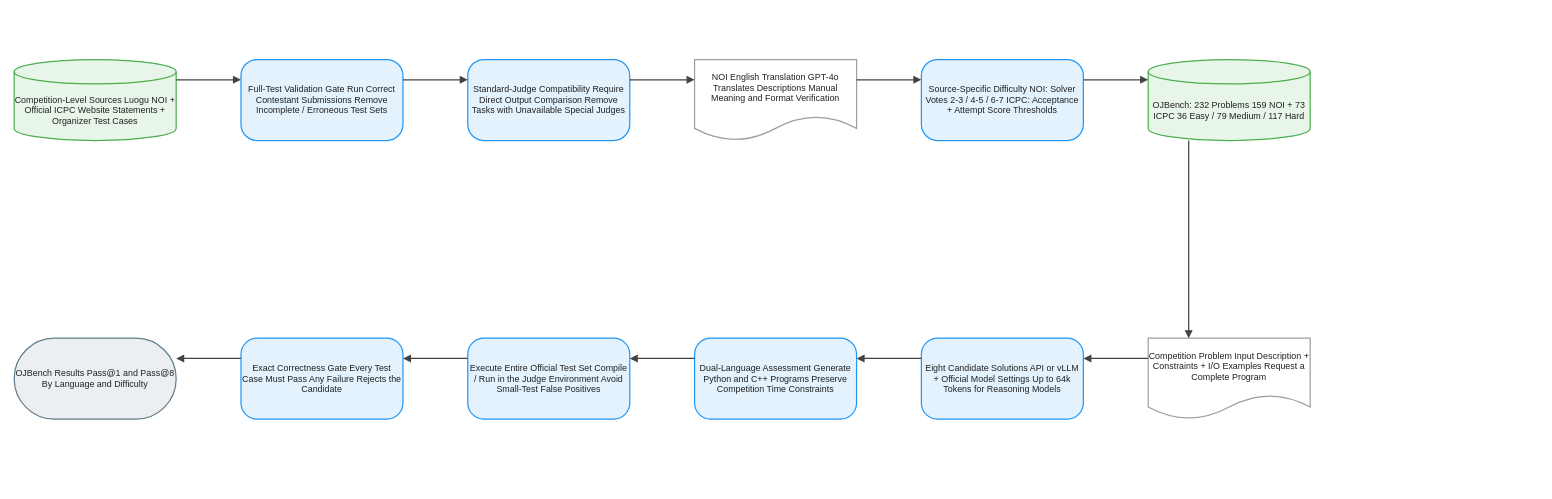
Above: client/public/drawio/OJBench/OJBench.en.drawio in joe1chief/benchmark-hub (draw.io), before the change. Source tidied: cells renumbered, new cells numbered last; positions are measured from the earlier drawing's top-left corner, leaving out a move shared by most shapes. Both pictures are drawn from the tidied source at 81%, with x=0, y=0 at pixel (14, 59).
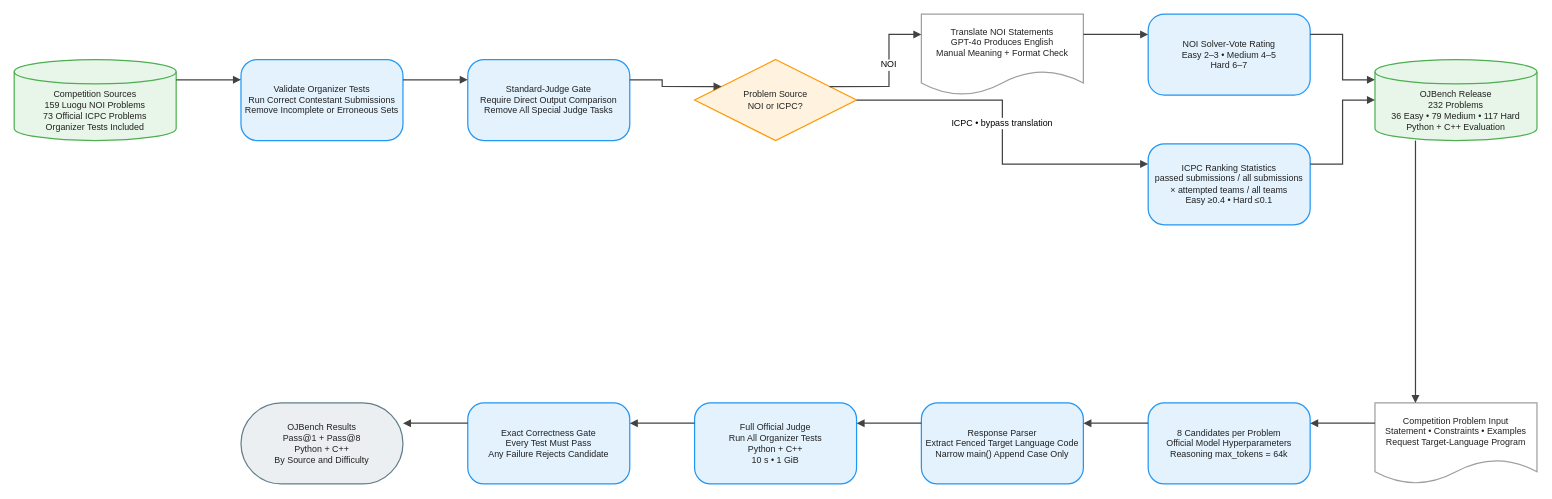
Above is the later version.

Change to the diagram source:
```diff
@@
-    <mxCell id="2" value="Competition-Level Sources Luogu NOI + Official ICPC Website Statements + Organizer Test Cases" style="shape=cylinder3;boundedLbl=1;backgroundOutline=1;size=15;html=1;whiteSpace=wrap;fillColor=#E8F5E9;strokeColor=#4CAF50;strokeWidth=1.5;fontColor=#212121;fontSize=11;fontFamily=Arial, Helvetica, sans-serif;verticalAlign=middle;align=center;" parent="1" vertex="1">
+    <mxCell id="2" value="Competition Sources&#10;159 Luogu NOI Problems&#10;73 Official ICPC Problems&#10;Organizer Tests Included" style="shape=cylinder3;boundedLbl=1;backgroundOutline=1;size=15;html=0;convertToSvg=1;whiteSpace=wrap;fillColor=#E8F5E9;strokeColor=#4CAF50;strokeWidth=1.5;fontColor=#212121;fontSize=11;fontFamily=Arial, Helvetica, sans-serif;verticalAlign=middle;align=center;" parent="1" vertex="1">
       <mxGeometry width="200" height="100" as="geometry" />
     </mxCell>
-    <mxCell id="3" value="Full-Test Validation Gate Run Correct Contestant Submissions Remove Incomplete / Erroneous Test Sets" style="rounded=1;arcSize=20;html=1;whiteSpace=wrap;fillColor=#E3F2FD;strokeColor=#2196F3;strokeWidth=1.5;fontColor=#212121;fontSize=11;fontFamily=Arial, Helvetica, sans-serif;verticalAlign=middle;align=center;" parent="1" vertex="1">
+    <mxCell id="3" value="Validate Organizer Tests&#10;Run Correct Contestant Submissions&#10;Remove Incomplete or Erroneous Sets" style="rounded=1;arcSize=20;html=0;convertToSvg=1;whiteSpace=wrap;fillColor=#E3F2FD;strokeColor=#2196F3;strokeWidth=1.5;fontColor=#212121;fontSize=11;fontFamily=Arial, Helvetica, sans-serif;verticalAlign=middle;align=center;" parent="1" vertex="1">
       <mxGeometry x="280" width="200" height="100" as="geometry" />
     </mxCell>
-    <mxCell id="4" value="Standard-Judge Compatibility Require Direct Output Comparison Remove Tasks with Unavailable Special Judges" style="rounded=1;arcSize=20;html=1;whiteSpace=wrap;fillColor=#E3F2FD;strokeColor=#2196F3;strokeWidth=1.5;fontColor=#212121;fontSize=11;fontFamily=Arial, Helvetica, sans-serif;verticalAlign=middle;align=center;" parent="1" vertex="1">
+    <mxCell id="4" value="Standard-Judge Gate&#10;Require Direct Output Comparison&#10;Remove All Special Judge Tasks" style="rounded=1;arcSize=20;html=0;convertToSvg=1;whiteSpace=wrap;fillColor=#E3F2FD;strokeColor=#2196F3;strokeWidth=1.5;fontColor=#212121;fontSize=11;fontFamily=Arial, Helvetica, sans-serif;verticalAlign=middle;align=center;" parent="1" vertex="1">
       <mxGeometry x="560" width="200" height="100" as="geometry" />
     </mxCell>
-    <mxCell id="5" value="NOI English Translation GPT-4o Translates Descriptions Manual Meaning and Format Verification" style="shape=document;boundedLbl=1;html=1;whiteSpace=wrap;fillColor=#FFFFFF;strokeColor=#9E9E9E;strokeWidth=1.5;fontColor=#212121;fontSize=11;fontFamily=Arial, Helvetica, sans-serif;verticalAlign=middle;align=center;" parent="1" vertex="1">
-      <mxGeometry x="840" width="200" height="100" as="geometry" />
+    <mxCell id="5" value="Translate NOI Statements&#10;GPT-4o Produces English&#10;Manual Meaning + Format Check" style="shape=document;boundedLbl=1;html=0;convertToSvg=1;whiteSpace=wrap;fillColor=#FFFFFF;strokeColor=#9E9E9E;strokeWidth=1.5;fontColor=#212121;fontSize=11;fontFamily=Arial, Helvetica, sans-serif;verticalAlign=middle;align=center;" parent="1" vertex="1">
+      <mxGeometry x="1120" y="-56" width="200" height="100" as="geometry" />
     </mxCell>
-    <mxCell id="6" value="Source-Specific Difficulty NOI: Solver Votes 2-3 / 4-5 / 6-7 ICPC: Acceptance + Attempt Score Thresholds" style="rounded=1;arcSize=20;html=1;whiteSpace=wrap;fillColor=#E3F2FD;strokeColor=#2196F3;strokeWidth=1.5;fontColor=#212121;fontSize=11;fontFamily=Arial, Helvetica, sans-serif;verticalAlign=middle;align=center;" parent="1" vertex="1">
-      <mxGeometry x="1120" width="200" height="100" as="geometry" />
+    <mxCell id="6" value="Problem Source&#10;NOI or ICPC?" style="rhombus;html=0;convertToSvg=1;whiteSpace=wrap;fillColor=#FFF3E0;strokeColor=#FF9800;strokeWidth=1.5;fontColor=#212121;fontSize=11;fontFamily=Arial, Helvetica, sans-serif;verticalAlign=middle;align=center;" parent="1" vertex="1">
+      <mxGeometry x="840" width="200" height="100" as="geometry" />
     </mxCell>
-    <mxCell id="7" value="OJBench: 232 Problems 159 NOI + 73 ICPC 36 Easy / 79 Medium / 117 Hard" style="shape=cylinder3;boundedLbl=1;backgroundOutline=1;size=15;html=1;whiteSpace=wrap;fillColor=#E8F5E9;strokeColor=#4CAF50;strokeWidth=1.5;fontColor=#212121;fontSize=11;fontFamily=Arial, Helvetica, sans-serif;verticalAlign=middle;align=center;" parent="1" vertex="1">
-      <mxGeometry x="1400" width="200" height="100" as="geometry" />
+    <mxCell id="7" value="NOI Solver-Vote Rating&#10;Easy 2–3 • Medium 4–5&#10;Hard 6–7" style="rounded=1;arcSize=20;html=0;convertToSvg=1;whiteSpace=wrap;fillColor=#E3F2FD;strokeColor=#2196F3;strokeWidth=1.5;fontColor=#212121;fontSize=11;fontFamily=Arial, Helvetica, sans-serif;verticalAlign=middle;align=center;" parent="1" vertex="1">
+      <mxGeometry x="1400" y="-56" width="200" height="100" as="geometry" />
     </mxCell>
-    <mxCell id="8" value="Competition Problem Input Description + Constraints + I/O Examples Request a Complete Program" style="shape=document;boundedLbl=1;html=1;whiteSpace=wrap;fillColor=#FFFFFF;strokeColor=#9E9E9E;strokeWidth=1.5;fontColor=#212121;fontSize=11;fontFamily=Arial, Helvetica, sans-serif;verticalAlign=middle;align=center;" parent="1" vertex="1">
-      <mxGeometry x="1400" y="344" width="200" height="100" as="geometry" />
+    <mxCell id="8" value="ICPC Ranking Statistics&#10;passed submissions / all submissions&#10;× attempted teams / all teams&#10;Easy ≥0.4 • Hard ≤0.1" style="rounded=1;arcSize=20;html=0;convertToSvg=1;whiteSpace=wrap;fillColor=#E3F2FD;strokeColor=#2196F3;strokeWidth=1.5;fontColor=#212121;fontSize=11;fontFamily=Arial, Helvetica, sans-serif;verticalAlign=middle;align=center;" parent="1" vertex="1">
+      <mxGeometry x="1400" y="104" width="200" height="100" as="geometry" />
     </mxCell>
-    <mxCell id="9" value="Eight Candidate Solutions API or vLLM + Official Model Settings Up to 64k Tokens for Reasoning Models" style="rounded=1;arcSize=20;html=1;whiteSpace=wrap;fillColor=#E3F2FD;strokeColor=#2196F3;strokeWidth=1.5;fontColor=#212121;fontSize=11;fontFamily=Arial, Helvetica, sans-serif;verticalAlign=middle;align=center;" parent="1" vertex="1">
-      <mxGeometry x="1120" y="344" width="200" height="100" as="geometry" />
+    <mxCell id="9" value="OJBench Release&#10;232 Problems&#10;36 Easy • 79 Medium • 117 Hard&#10;Python + C++ Evaluation" style="shape=cylinder3;boundedLbl=1;backgroundOutline=1;size=15;html=0;convertToSvg=1;whiteSpace=wrap;fillColor=#E8F5E9;strokeColor=#4CAF50;strokeWidth=1.5;fontColor=#212121;fontSize=11;fontFamily=Arial, Helvetica, sans-serif;verticalAlign=middle;align=center;" parent="1" vertex="1">
+      <mxGeometry x="1680" width="200" height="100" as="geometry" />
     </mxCell>
-    <mxCell id="10" value="Dual-Language Assessment Generate Python and C++ Programs Preserve Competition Time Constraints" style="rounded=1;arcSize=20;html=1;whiteSpace=wrap;fillColor=#E3F2FD;strokeColor=#2196F3;strokeWidth=1.5;fontColor=#212121;fontSize=11;fontFamily=Arial, Helvetica, sans-serif;verticalAlign=middle;align=center;" parent="1" vertex="1">
-      <mxGeometry x="840" y="344" width="200" height="100" as="geometry" />
+    <mxCell id="10" value="Competition Problem Input&#10;Statement • Constraints • Examples&#10;Request Target-Language Program" style="shape=document;boundedLbl=1;html=0;convertToSvg=1;whiteSpace=wrap;fillColor=#FFFFFF;strokeColor=#9E9E9E;strokeWidth=1.5;fontColor=#212121;fontSize=11;fontFamily=Arial, Helvetica, sans-serif;verticalAlign=middle;align=center;" parent="1" vertex="1">
+      <mxGeometry x="1680" y="424" width="200" height="100" as="geometry" />
     </mxCell>
-    <mxCell id="11" value="Execute Entire Official Test Set Compile / Run in the Judge Environment Avoid Small-Test False Positives" style="rounded=1;arcSize=20;html=1;whiteSpace=wrap;fillColor=#E3F2FD;strokeColor=#2196F3;strokeWidth=1.5;fontColor=#212121;fontSize=11;fontFamily=Arial, Helvetica, sans-serif;verticalAlign=middle;align=center;" parent="1" vertex="1">
-      <mxGeometry x="560" y="344" width="200" height="100" as="geometry" />
+    <mxCell id="11" value="8 Candidates per Problem&#10;Official Model Hyperparameters&#10;Reasoning max_tokens = 64k" style="rounded=1;arcSize=20;html=0;convertToSvg=1;whiteSpace=wrap;fillColor=#E3F2FD;strokeColor=#2196F3;strokeWidth=1.5;fontColor=#212121;fontSize=11;fontFamily=Arial, Helvetica, sans-serif;verticalAlign=middle;align=center;" parent="1" vertex="1">
+      <mxGeometry x="1400" y="424" width="200" height="100" as="geometry" />
     </mxCell>
-    <mxCell id="12" value="Exact Correctness Gate Every Test Case Must Pass Any Failure Rejects the Candidate" style="rounded=1;arcSize=20;html=1;whiteSpace=wrap;fillColor=#E3F2FD;strokeColor=#2196F3;strokeWidth=1.5;fontColor=#212121;fontSize=11;fontFamily=Arial, Helvetica, sans-serif;verticalAlign=middle;align=center;" parent="1" vertex="1">
-      <mxGeometry x="280" y="344" width="200" height="100" as="geometry" />
+    <mxCell id="12" value="Response Parser&#10;Extract Fenced Target Language Code&#10;Narrow main() Append Case Only" style="rounded=1;arcSize=20;html=0;convertToSvg=1;whiteSpace=wrap;fillColor=#E3F2FD;strokeColor=#2196F3;strokeWidth=1.5;fontColor=#212121;fontSize=11;fontFamily=Arial, Helvetica, sans-serif;verticalAlign=middle;align=center;" parent="1" vertex="1">
+      <mxGeometry x="1120" y="424" width="200" height="100" as="geometry" />
     </mxCell>
-    <mxCell id="13" value="OJBench Results Pass@1 and Pass@8 By Language and Difficulty" style="rounded=1;arcSize=50;html=1;whiteSpace=wrap;fillColor=#ECEFF1;strokeColor=#607D8B;strokeWidth=1.5;fontColor=#212121;fontSize=11;fontFamily=Arial, Helvetica, sans-serif;verticalAlign=middle;align=center;" parent="1" vertex="1">
-      <mxGeometry y="344" width="200" height="100" as="geometry" />
+    <mxCell id="13" value="Full Official Judge&#10;Run All Organizer Tests&#10;Python + C++&#10;10 s • 1 GiB" style="rounded=1;arcSize=20;html=0;convertToSvg=1;whiteSpace=wrap;fillColor=#E3F2FD;strokeColor=#2196F3;strokeWidth=1.5;fontColor=#212121;fontSize=11;fontFamily=Arial, Helvetica, sans-serif;verticalAlign=middle;align=center;" parent="1" vertex="1">
+      <mxGeometry x="840" y="424" width="200" height="100" as="geometry" />
     </mxCell>
-    <mxCell id="14" style="edgeStyle=orthogonalEdgeStyle;rounded=0;jettySize=auto;html=1;strokeColor=#424242;strokeWidth=1.5;endArrow=block;endFill=1;exitX=1;exitY=0.25;exitDx=0;exitDy=0;entryX=0;entryY=0.25;entryDx=0;entryDy=0;jumpStyle=arc;jumpSize=8;" parent="1" edge="1" source="2" target="3">
-      <mxGeometry relative="1" as="geometry" />
+    <mxCell id="14" value="Exact Correctness Gate&#10;Every Test Must Pass&#10;Any Failure Rejects Candidate" style="rounded=1;arcSize=20;html=0;convertToSvg=1;whiteSpace=wrap;fillColor=#E3F2FD;strokeColor=#2196F3;strokeWidth=1.5;fontColor=#212121;fontSize=11;fontFamily=Arial, Helvetica, sans-serif;verticalAlign=middle;align=center;" parent="1" vertex="1">
+      <mxGeometry x="560" y="424" width="200" height="100" as="geometry" />
     </mxCell>
-    <mxCell id="15" style="edgeStyle=orthogonalEdgeStyle;rounded=0;jettySize=auto;html=1;strokeColor=#424242;strokeWidth=1.5;endArrow=block;endFill=1;exitX=1;exitY=0.25;exitDx=0;exitDy=0;entryX=0;entryY=0.25;entryDx=0;entryDy=0;jumpStyle=arc;jumpSize=8;" parent="1" edge="1" source="3" target="4">
-      <mxGeometry relative="1" as="geometry" />
+    <mxCell id="15" value="OJBench Results&#10;Pass@1 + Pass@8&#10;Python + C++&#10;By Source and Difficulty" style="rounded=1;arcSize=50;html=0;convertToSvg=1;whiteSpace=wrap;fillColor=#ECEFF1;strokeColor=#607D8B;strokeWidth=1.5;fontColor=#212121;fontSize=11;fontFamily=Arial, Helvetica, sans-serif;verticalAlign=middle;align=center;" parent="1" vertex="1">
+      <mxGeometry x="280" y="424" width="200" height="100" as="geometry" />
     </mxCell>
-    <mxCell id="16" style="edgeStyle=orthogonalEdgeStyle;rounded=0;jettySize=auto;html=1;strokeColor=#424242;strokeWidth=1.5;endArrow=block;endFill=1;exitX=1;exitY=0.25;exitDx=0;exitDy=0;entryX=0;entryY=0.25;entryDx=0;entryDy=0;jumpStyle=arc;jumpSize=8;" parent="1" edge="1" source="4" target="5">
+    <mxCell id="16" style="edgeStyle=orthogonalEdgeStyle;rounded=0;jettySize=auto;html=0;convertToSvg=1;strokeColor=#424242;strokeWidth=1.5;endArrow=block;endFill=1;exitX=1;exitY=0.25;exitDx=0;exitDy=0;entryX=0;entryY=0.25;entryDx=0;entryDy=0;jumpStyle=arc;jumpSize=8;" parent="1" edge="1" source="2" target="3">
       <mxGeometry relative="1" as="geometry" />
     </mxCell>
-    <mxCell id="17" style="edgeStyle=orthogonalEdgeStyle;rounded=0;jettySize=auto;html=1;strokeColor=#424242;strokeWidth=1.5;endArrow=block;endFill=1;exitX=1;exitY=0.25;exitDx=0;exitDy=0;entryX=0;entryY=0.25;entryDx=0;entryDy=0;jumpStyle=arc;jumpSize=8;" parent="1" edge="1" source="5" target="6">
+    <mxCell id="17" style="edgeStyle=orthogonalEdgeStyle;rounded=0;jettySize=auto;html=0;convertToSvg=1;strokeColor=#424242;strokeWidth=1.5;endArrow=block;endFill=1;exitX=1;exitY=0.25;exitDx=0;exitDy=0;entryX=0;entryY=0.25;entryDx=0;entryDy=0;jumpStyle=arc;jumpSize=8;" parent="1" edge="1" source="3" target="4">
       <mxGeometry relative="1" as="geometry" />
     </mxCell>
-    <mxCell id="18" style="edgeStyle=orthogonalEdgeStyle;rounded=0;jettySize=auto;html=1;strokeColor=#424242;strokeWidth=1.5;endArrow=block;endFill=1;exitX=1;exitY=0.25;exitDx=0;exitDy=0;entryX=0;entryY=0.25;entryDx=0;entryDy=0;jumpStyle=arc;jumpSize=8;" parent="1" edge="1" source="6" target="7">
+    <mxCell id="18" style="edgeStyle=orthogonalEdgeStyle;rounded=0;jettySize=auto;html=0;convertToSvg=1;strokeColor=#424242;strokeWidth=1.5;endArrow=block;endFill=1;exitX=1;exitY=0.25;exitDx=0;exitDy=0;entryX=0;entryY=0.25;entryDx=0;entryDy=0;jumpStyle=arc;jumpSize=8;" parent="1" edge="1" source="4" target="6">
       <mxGeometry relative="1" as="geometry" />
     </mxCell>
-    <mxCell id="19" style="edgeStyle=orthogonalEdgeStyle;rounded=0;jettySize=auto;html=1;strokeColor=#424242;strokeWidth=1.5;endArrow=block;endFill=1;exitX=0.25;exitY=1;exitDx=0;exitDy=0;entryX=0.25;entryY=0;entryDx=0;entryDy=0;jumpStyle=arc;jumpSize=8;" parent="1" edge="1" source="7" target="8">
-      <mxGeometry relative="1" as="geometry" />
+    <mxCell id="19" value="NOI" style="edgeStyle=orthogonalEdgeStyle;rounded=0;jettySize=auto;html=0;convertToSvg=1;strokeColor=#424242;strokeWidth=1.5;endArrow=block;endFill=1;exitX=1;exitY=0.25;exitDx=0;exitDy=0;entryX=0;entryY=0.25;entryDx=0;entryDy=0;jumpStyle=arc;jumpSize=8;" parent="1" edge="1" source="6" target="5">
+      <mxGeometry relative="1" as="geometry">
+        <mxPoint y="-12" as="offset" />
+      </mxGeometry>
     </mxCell>
-    <mxCell id="20" style="edgeStyle=orthogonalEdgeStyle;rounded=0;jettySize=auto;html=1;strokeColor=#424242;strokeWidth=1.5;endArrow=block;endFill=1;exitX=0;exitY=0.25;exitDx=0;exitDy=0;entryX=1;entryY=0.25;entryDx=0;entryDy=0;jumpStyle=arc;jumpSize=8;" parent="1" edge="1" source="8" target="9">
-      <mxGeometry relative="1" as="geometry" />
-    </mxCell>
-    <mxCell id="21" style="edgeStyle=orthogonalEdgeStyle;rounded=0;jettySize=auto;html=1;strokeColor=#424242;strokeWidth=1.5;endArrow=block;endFill=1;exitX=0;exitY=0.25;exitDx=0;exitDy=0;entryX=1;entryY=0.25;entryDx=0;entryDy=0;jumpStyle=arc;jumpSize=8;" parent="1" edge="1" source="9" target="10">
+    <mxCell id="21" style="edgeStyle=orthogonalEdgeStyle;rounded=0;jettySize=auto;html=0;convertToSvg=1;strokeColor=#424242;strokeWidth=1.5;endArrow=block;endFill=1;exitX=1;exitY=0.25;exitDx=0;exitDy=0;entryX=0;entryY=0.25;entryDx=0;entryDy=0;jumpStyle=arc;jumpSize=8;" parent="1" edge="1" source="5" target="7">
       <mxGeometry relative="1" as="geometry" />
     </mxCell>
-    <mxCell id="22" style="edgeStyle=orthogonalEdgeStyle;rounded=0;jettySize=auto;html=1;strokeColor=#424242;strokeWidth=1.5;endArrow=block;endFill=1;exitX=0;exitY=0.25;exitDx=0;exitDy=0;entryX=1;entryY=0.25;entryDx=0;entryDy=0;jumpStyle=arc;jumpSize=8;" parent="1" edge="1" source="10" target="11">
-      <mxGeometry relative="1" as="geometry" />
+    <mxCell id="22" value="ICPC • bypass translation" style="edgeStyle=orthogonalEdgeStyle;rounded=0;jettySize=auto;html=0;convertToSvg=1;strokeColor=#424242;strokeWidth=1.5;endArrow=block;endFill=1;exitX=1;exitY=0.5;exitDx=0;exitDy=0;entryX=0;entryY=0.25;entryDx=0;entryDy=0;jumpStyle=arc;jumpSize=8;" parent="1" edge="1" source="6" target="8">
+      <mxGeometry relative="1" as="geometry">
+        <mxPoint y="-12" as="offset" />
+      </mxGeometry>
     </mxCell>
+    <mxCell id="24" style="edgeStyle=orthogonalEdgeStyle;rounded=0;jettySize=auto;html=0;convertToSvg=1;strokeColor=#424242;strokeWidth=1.5;endArrow=block;endFill=1;exitX=1;exitY=0.25;exitDx=0;exitDy=0;entryX=0;entryY=0.25;entryDx=0;entryDy=0;jumpStyle=arc;jumpSize=8;" parent="1" edge="1" source="7" target="9">
+      <mxGeometry relative="1" as="geometry" />
+    </mxCell>
+    <mxCell id="20" style="edgeStyle=orthogonalEdgeStyle;rounded=0;jettySize=auto;html=0;convertToSvg=1;strokeColor=#424242;strokeWidth=1.5;endArrow=block;endFill=1;exitX=1;exitY=0.25;exitDx=0;exitDy=0;entryX=0;entryY=0.5;entryDx=0;entryDy=0;jumpStyle=arc;jumpSize=8;" parent="1" edge="1" source="8" target="9">
+      <mxGeometry relative="1" as="geometry" />
+    </mxCell>
+    <mxCell id="25" style="edgeStyle=orthogonalEdgeStyle;rounded=0;jettySize=auto;html=0;convertToSvg=1;strokeColor=#424242;strokeWidth=1.5;endArrow=block;endFill=1;exitX=0.25;exitY=1;exitDx=0;exitDy=0;entryX=0.25;entryY=0;entryDx=0;entryDy=0;jumpStyle=arc;jumpSize=8;" parent="1" edge="1" source="9" target="10">
+      <mxGeometry relative="1" as="geometry" />
+    </mxCell>
+    <mxCell id="26" style="edgeStyle=orthogonalEdgeStyle;rounded=0;jettySize=auto;html=0;convertToSvg=1;strokeColor=#424242;strokeWidth=1.5;endArrow=block;endFill=1;exitX=0;exitY=0.25;exitDx=0;exitDy=0;entryX=1;entryY=0.25;entryDx=0;entryDy=0;jumpStyle=arc;jumpSize=8;" parent="1" edge="1" source="10" target="11">
+      <mxGeometry relative="1" as="geometry" />
+    </mxCell>
-    <mxCell id="23" style="edgeStyle=orthogonalEdgeStyle;rounded=0;jettySize=auto;html=1;strokeColor=#424242;strokeWidth=1.5;endArrow=block;endFill=1;exitX=0;exitY=0.25;exitDx=0;exitDy=0;entryX=1;entryY=0.25;entryDx=0;entryDy=0;jumpStyle=arc;jumpSize=8;" parent="1" edge="1" source="11" target="12">
+    <mxCell id="23" style="edgeStyle=orthogonalEdgeStyle;rounded=0;jettySize=auto;html=0;convertToSvg=1;strokeColor=#424242;strokeWidth=1.5;endArrow=block;endFill=1;exitX=0;exitY=0.25;exitDx=0;exitDy=0;entryX=1;entryY=0.25;entryDx=0;entryDy=0;jumpStyle=arc;jumpSize=8;" parent="1" edge="1" source="11" target="12">
       <mxGeometry relative="1" as="geometry" />
     </mxCell>
-    <mxCell id="24" style="edgeStyle=orthogonalEdgeStyle;rounded=0;jettySize=auto;html=1;strokeColor=#424242;strokeWidth=1.5;endArrow=block;endFill=1;exitX=0;exitY=0.25;exitDx=0;exitDy=0;entryX=1;entryY=0.25;entryDx=0;entryDy=0;jumpStyle=arc;jumpSize=8;" parent="1" edge="1" source="12" target="13">
-      <mxGeometry relative="1" as="geometry" />
-    </mxCell>
+    <mxCell id="27" style="edgeStyle=orthogonalEdgeStyle;rounded=0;jettySize=auto;html=0;convertToSvg=1;strokeColor=#424242;strokeWidth=1.5;endArrow=block;endFill=1;exitX=0;exitY=0.25;exitDx=0;exitDy=0;entryX=1;entryY=0.25;entryDx=0;entryDy=0;jumpStyle=arc;jumpSize=8;" parent="1" edge="1" source="12" target="13">
+      <mxGeometry relative="1" as="geometry" />
+    </mxCell>
+    <mxCell id="28" style="edgeStyle=orthogonalEdgeStyle;rounded=0;jettySize=auto;html=0;convertToSvg=1;strokeColor=#424242;strokeWidth=1.5;endArrow=block;endFill=1;exitX=0;exitY=0.25;exitDx=0;exitDy=0;entryX=1;entryY=0.25;entryDx=0;entryDy=0;jumpStyle=arc;jumpSize=8;" parent="1" edge="1" source="13" target="14">
+      <mxGeometry relative="1" as="geometry" />
+    </mxCell>
+    <mxCell id="29" style="edgeStyle=orthogonalEdgeStyle;rounded=0;jettySize=auto;html=0;convertToSvg=1;strokeColor=#424242;strokeWidth=1.5;endArrow=block;endFill=1;exitX=0;exitY=0.25;exitDx=0;exitDy=0;entryX=1;entryY=0.25;entryDx=0;entryDy=0;jumpStyle=arc;jumpSize=8;" parent="1" edge="1" source="14" target="15">
+      <mxGeometry relative="1" as="geometry" />
+    </mxCell>
```
